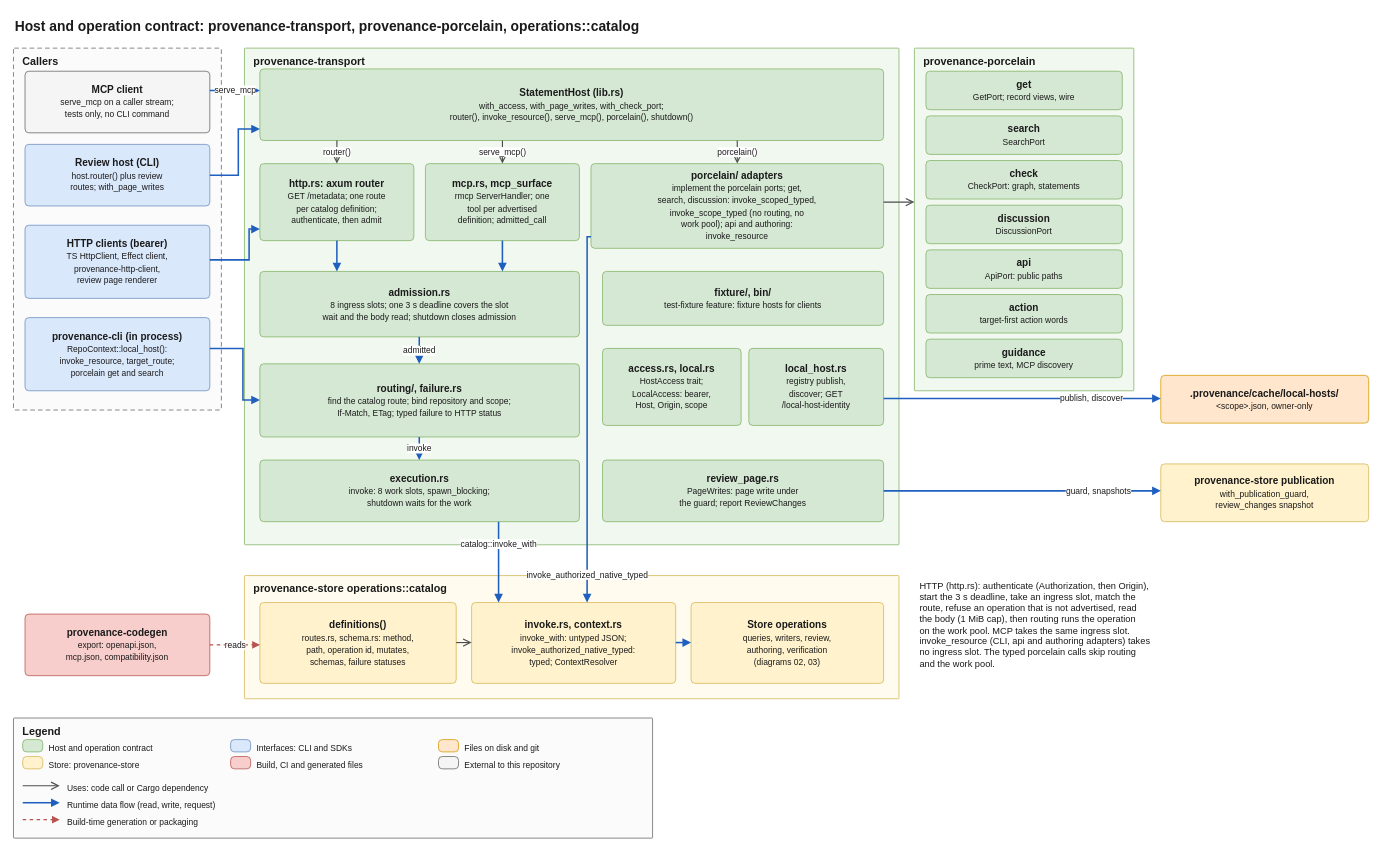
Above: docs/architecture/diagrams/04-transport-and-contract.drawio in quality-sh/provenance (draw.io), before the change. Source tidied: cells renumbered, new cells numbered last; positions are measured from the earlier drawing's top-left corner, leaving out a move shared by most shapes. Both pictures are drawn from the tidied source at 77%, with x=0, y=0 at pixel (13, 13).
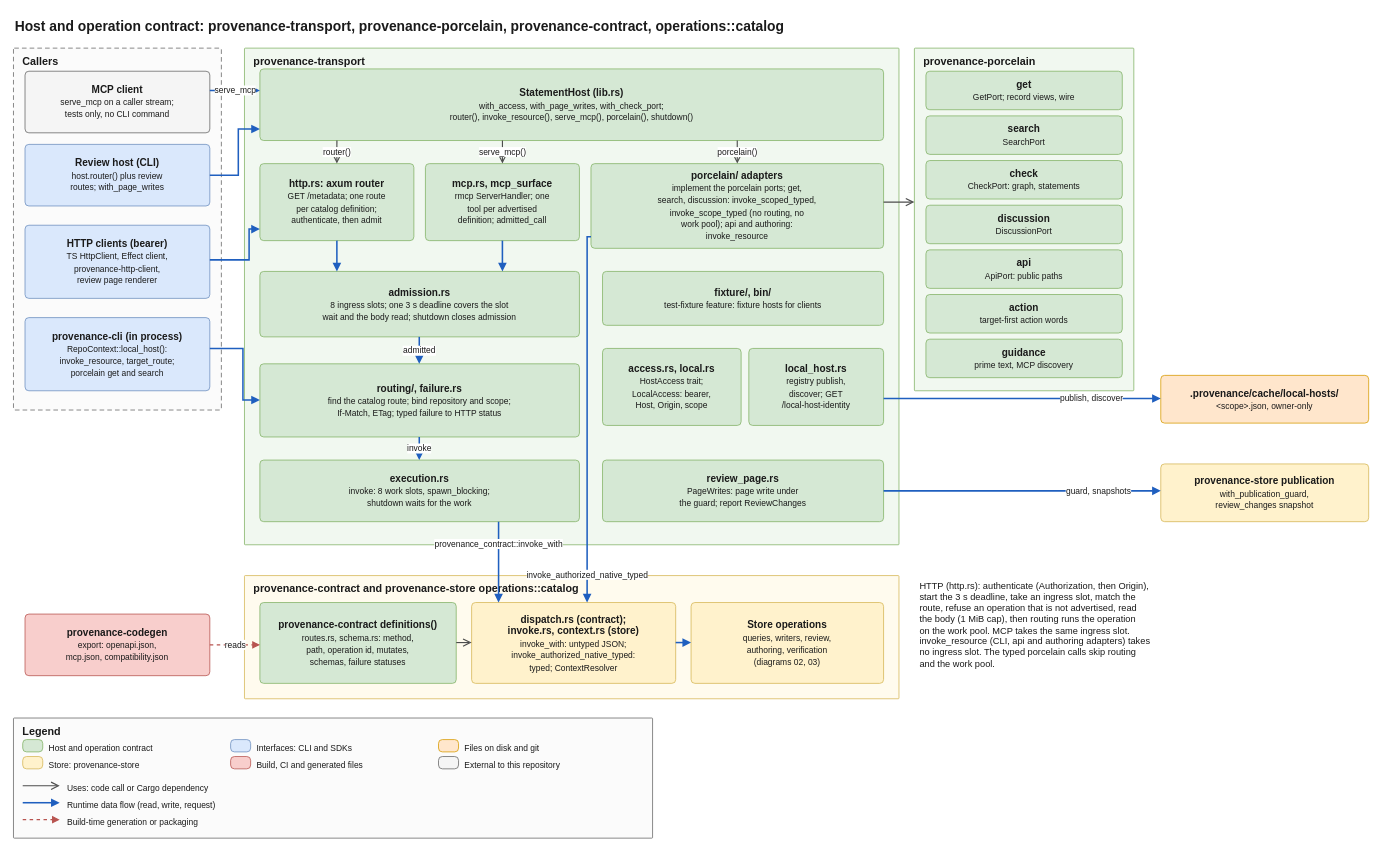
The same page after the edit.

Commit message (it also covers changes not shown here):
Show provenance-contract in the transport and codegen diagrams

Unchanged cells that the change refers to:
```xml
<mxCell id="19" value="&lt;b&gt;execution.rs&lt;/b&gt;&lt;br&gt;&lt;font style=&quot;font-size:11px&quot;&gt;invoke: 8 work slots, spawn_blocking;&lt;br&gt;shutdown waits for the work&lt;/font&gt;" style="rounded=1;arcSize=10;absoluteArcSize=1;whiteSpace=wrap;html=1;fillColor=#d5e8d4;strokeColor=#82b366;fontSize=13;fontColor=#1a1a1a;verticalAlign=middle;align=center;spacing=4;" parent="9" vertex="1">
  <mxGeometry x="20" y="535" width="415" height="80" as="geometry" />
</mxCell>
```

Change to the diagram source:
```diff
@@
-    <mxCell id="2" value="&lt;b&gt;Host and operation contract: provenance-transport, provenance-porcelain, operations::catalog&lt;/b&gt;" style="text;html=1;whiteSpace=wrap;align=left;verticalAlign=top;fontSize=18;fontColor=#1a1a1a;" parent="1" vertex="1">
+    <mxCell id="2" value="&lt;b&gt;Host and operation contract: provenance-transport, provenance-porcelain, provenance-contract, operations::catalog&lt;/b&gt;" style="text;html=1;whiteSpace=wrap;align=left;verticalAlign=top;fontSize=18;fontColor=#1a1a1a;" parent="1" vertex="1">
       <mxGeometry width="1760" height="30" as="geometry" />
     </mxCell>
@@
-    <mxCell id="29" value="provenance-store operations::catalog" style="rounded=1;arcSize=2;absoluteArcSize=1;whiteSpace=wrap;html=1;fillColor=#fffbee;strokeColor=#d6b656;verticalAlign=top;align=left;spacingLeft=10;spacingRight=10;spacingTop=2;fontStyle=1;fontSize=14;fontColor=#1a1a1a;" parent="1" vertex="1">
+    <mxCell id="29" value="provenance-contract and provenance-store operations::catalog" style="rounded=1;arcSize=2;absoluteArcSize=1;whiteSpace=wrap;html=1;fillColor=#fffbee;strokeColor=#d6b656;verticalAlign=top;align=left;spacingLeft=10;spacingRight=10;spacingTop=2;fontStyle=1;fontSize=14;fontColor=#1a1a1a;" parent="1" vertex="1">
       <mxGeometry x="300" y="730" width="850" height="160" as="geometry" />
     </mxCell>
-    <mxCell id="30" value="&lt;b&gt;definitions()&lt;/b&gt;&lt;br&gt;&lt;font style=&quot;font-size:11px&quot;&gt;routes.rs, schema.rs: method,&lt;br&gt;path, operation id, mutates,&lt;br&gt;schemas, failure statuses&lt;/font&gt;" style="rounded=1;arcSize=10;absoluteArcSize=1;whiteSpace=wrap;html=1;fillColor=#fff2cc;strokeColor=#d6b656;fontSize=13;fontColor=#1a1a1a;verticalAlign=middle;align=center;spacing=4;" parent="29" vertex="1">
+    <mxCell id="30" value="&lt;b&gt;provenance-contract definitions()&lt;/b&gt;&lt;br&gt;&lt;font style=&quot;font-size:11px&quot;&gt;routes.rs, schema.rs: method,&lt;br&gt;path, operation id, mutates,&lt;br&gt;schemas, failure statuses&lt;/font&gt;" style="rounded=1;arcSize=10;absoluteArcSize=1;whiteSpace=wrap;html=1;fillColor=#d5e8d4;strokeColor=#82b366;fontSize=13;fontColor=#1a1a1a;verticalAlign=middle;align=center;spacing=4;" parent="29" vertex="1">
       <mxGeometry x="20" y="35" width="255" height="105" as="geometry" />
     </mxCell>
-    <mxCell id="31" value="&lt;b&gt;invoke.rs, context.rs&lt;/b&gt;&lt;br&gt;&lt;font style=&quot;font-size:11px&quot;&gt;invoke_with: untyped JSON;&lt;br&gt;invoke_authorized_native_typed:&lt;br&gt;typed; ContextResolver&lt;/font&gt;" style="rounded=1;arcSize=10;absoluteArcSize=1;whiteSpace=wrap;html=1;fillColor=#fff2cc;strokeColor=#d6b656;fontSize=13;fontColor=#1a1a1a;verticalAlign=middle;align=center;spacing=4;" parent="29" vertex="1">
+    <mxCell id="31" value="&lt;b&gt;dispatch.rs (contract);&lt;br&gt;invoke.rs, context.rs (store)&lt;/b&gt;&lt;br&gt;&lt;font style=&quot;font-size:11px&quot;&gt;invoke_with: untyped JSON;&lt;br&gt;invoke_authorized_native_typed:&lt;br&gt;typed; ContextResolver&lt;/font&gt;" style="rounded=1;arcSize=10;absoluteArcSize=1;whiteSpace=wrap;html=1;fillColor=#fff2cc;strokeColor=#d6b656;fontSize=13;fontColor=#1a1a1a;verticalAlign=middle;align=center;spacing=4;" parent="29" vertex="1">
       <mxGeometry x="295" y="35" width="265" height="105" as="geometry" />
     </mxCell>
@@
-    <mxCell id="63" value="catalog::invoke_with" style="edgeStyle=orthogonalEdgeStyle;rounded=0;jettySize=auto;html=1;jumpStyle=arc;jumpSize=10;exitX=0.747;exitY=1;exitDx=0;exitDy=0;entryX=0.1321;entryY=0;entryDx=0;entryDy=0;strokeColor=#1f5fbf;fontSize=11;fontColor=#1a1a1a;labelBackgroundColor=#ffffff;strokeWidth=2;endArrow=block;endFill=1;" parent="1" edge="1" source="19" target="31">
+    <mxCell id="63" value="provenance_contract::invoke_with" style="edgeStyle=orthogonalEdgeStyle;rounded=0;jettySize=auto;html=1;jumpStyle=arc;jumpSize=10;exitX=0.747;exitY=1;exitDx=0;exitDy=0;entryX=0.1321;entryY=0;entryDx=0;entryDy=0;strokeColor=#1f5fbf;fontSize=11;fontColor=#1a1a1a;labelBackgroundColor=#ffffff;strokeWidth=2;endArrow=block;endFill=1;" parent="1" edge="1" source="19" target="31">
       <mxGeometry x="-0.45" relative="1" as="geometry" />
     </mxCell>
```
